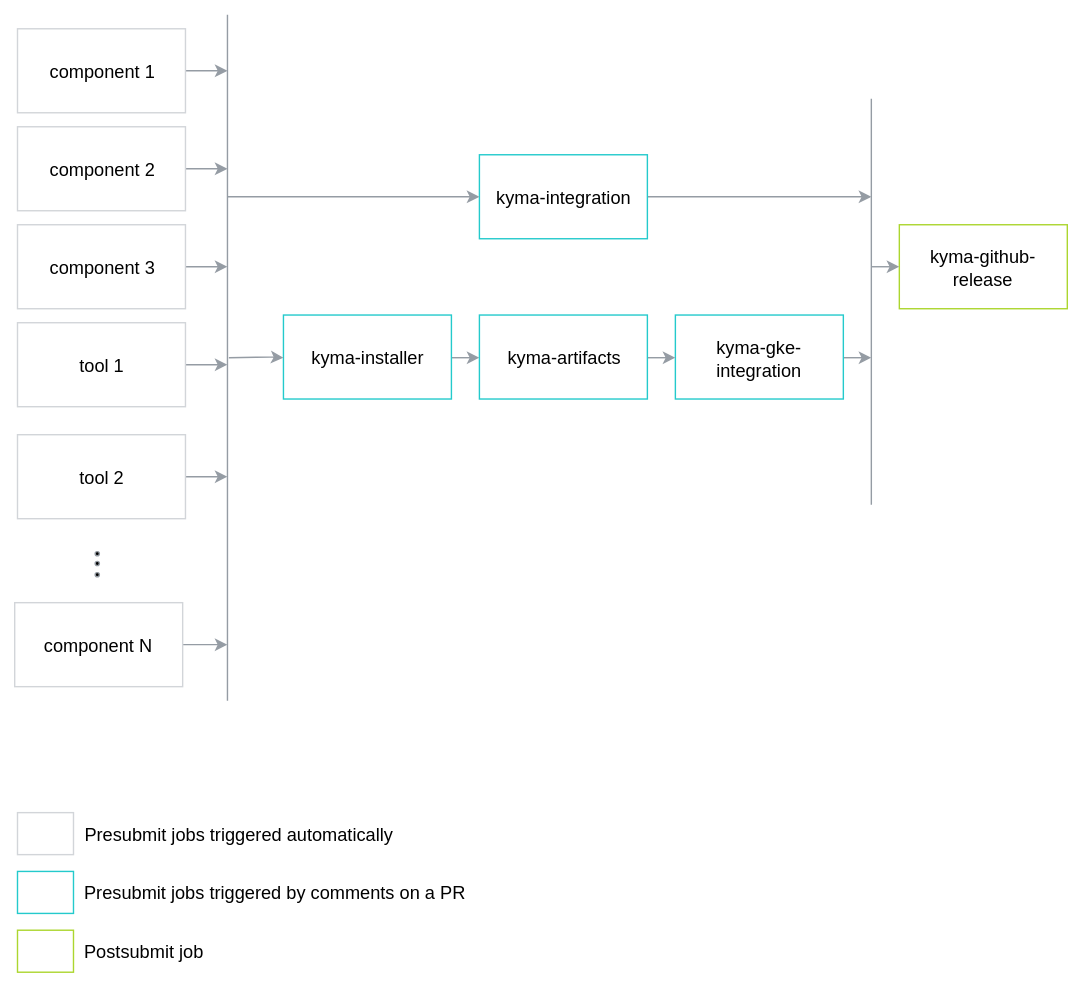
kyma-project/test-infra keeps this draw.io diagram as docs/prow/assets/kyma-rel-jobs.svg. Above is the earlier version. Source tidied: cells renumbered, new cells last; positions are measured from the earlier drawing's top-left corner, leaving out a move shared by most shapes. The source it was exported from:
```xml
<mxGraphModel>
  <root>
    <mxCell id="0" />
    <mxCell id="1" parent="0" />
    <mxCell id="2" style="edgeStyle=orthogonalEdgeStyle;rounded=0;html=1;exitX=1;exitY=0.5;jettySize=auto;strokeColor=#959CA4;" parent="1" edge="1" source="3">
      <mxGeometry relative="1" as="geometry">
        <mxPoint x="152" y="40" as="targetPoint" />
      </mxGeometry>
    </mxCell>
    <mxCell id="3" value="component 1" style="rounded=0;whiteSpace=wrap;html=1;strokeColor=#D2D5D9;fontSize=13;" parent="1" vertex="1">
      <mxGeometry x="2" y="10" width="120" height="60" as="geometry" />
    </mxCell>
    <mxCell id="4" style="edgeStyle=orthogonalEdgeStyle;rounded=0;html=1;exitX=1;exitY=0.5;jettySize=auto;strokeColor=#959CA4;" parent="1" edge="1" source="5">
      <mxGeometry relative="1" as="geometry">
        <mxPoint x="152" y="110" as="targetPoint" />
      </mxGeometry>
    </mxCell>
    <mxCell id="5" value="component 2" style="rounded=0;whiteSpace=wrap;html=1;strokeColor=#D2D5D9;fontSize=13;" parent="1" vertex="1">
      <mxGeometry x="2" y="80" width="120" height="60" as="geometry" />
    </mxCell>
    <mxCell id="6" style="edgeStyle=orthogonalEdgeStyle;rounded=0;html=1;exitX=1;exitY=0.5;jettySize=auto;strokeColor=#959CA4;" parent="1" edge="1" source="7">
      <mxGeometry relative="1" as="geometry">
        <mxPoint x="152" y="180" as="targetPoint" />
      </mxGeometry>
    </mxCell>
    <mxCell id="7" value="component 3" style="rounded=0;whiteSpace=wrap;html=1;strokeColor=#D2D5D9;fontSize=13;" parent="1" vertex="1">
      <mxGeometry x="2" y="150" width="120" height="60" as="geometry" />
    </mxCell>
    <mxCell id="8" style="edgeStyle=orthogonalEdgeStyle;rounded=0;html=1;exitX=1;exitY=0.5;jettySize=auto;strokeColor=#959CA4;" parent="1" edge="1" source="9">
      <mxGeometry relative="1" as="geometry">
        <mxPoint x="152" y="250" as="targetPoint" />
      </mxGeometry>
    </mxCell>
    <mxCell id="9" value="tool 1" style="rounded=0;whiteSpace=wrap;html=1;strokeColor=#D2D5D9;fontSize=13;" parent="1" vertex="1">
      <mxGeometry x="2" y="220" width="120" height="60" as="geometry" />
    </mxCell>
    <mxCell id="10" style="edgeStyle=orthogonalEdgeStyle;rounded=0;html=1;exitX=1;exitY=0.5;jettySize=auto;strokeColor=#959CA4;" parent="1" edge="1" source="11">
      <mxGeometry relative="1" as="geometry">
        <mxPoint x="152" y="330" as="targetPoint" />
      </mxGeometry>
    </mxCell>
    <mxCell id="11" value="tool 2" style="rounded=0;whiteSpace=wrap;html=1;strokeColor=#D2D5D9;fontSize=13;" parent="1" vertex="1">
      <mxGeometry x="2" y="300" width="120" height="60" as="geometry" />
    </mxCell>
    <mxCell id="12" style="edgeStyle=orthogonalEdgeStyle;rounded=0;html=1;exitX=1;exitY=0.5;jettySize=auto;strokeColor=#959CA4;" parent="1" edge="1" source="13">
      <mxGeometry relative="1" as="geometry">
        <mxPoint x="612" y="130" as="targetPoint" />
      </mxGeometry>
    </mxCell>
    <mxCell id="13" value="kyma-integration" style="rounded=0;whiteSpace=wrap;html=1;strokeColor=#24CACC;fontSize=13;" parent="1" vertex="1">
      <mxGeometry x="332" y="100" width="120" height="60" as="geometry" />
    </mxCell>
    <mxCell id="14" style="edgeStyle=orthogonalEdgeStyle;rounded=0;html=1;exitX=1;exitY=0.5;jettySize=auto;strokeColor=#959CA4;" parent="1" edge="1" source="15">
      <mxGeometry relative="1" as="geometry">
        <mxPoint x="612.3" y="244.6" as="targetPoint" />
      </mxGeometry>
    </mxCell>
    <mxCell id="15" value="kyma-gke-integration" style="rounded=0;whiteSpace=wrap;html=1;strokeColor=#24CACC;fontSize=13;" parent="1" vertex="1">
      <mxGeometry x="472" y="214.5" width="120" height="60" as="geometry" />
    </mxCell>
    <mxCell id="16" style="edgeStyle=orthogonalEdgeStyle;rounded=0;html=1;exitX=1;exitY=0.5;entryX=0;entryY=0.5;jettySize=auto;strokeColor=#959CA4;" parent="1" edge="1" source="17" target="19">
      <mxGeometry relative="1" as="geometry" />
    </mxCell>
    <mxCell id="17" value="kyma-installer" style="rounded=0;whiteSpace=wrap;html=1;strokeColor=#24CACC;fontSize=13;" parent="1" vertex="1">
      <mxGeometry x="192" y="214.5" width="120" height="60" as="geometry" />
    </mxCell>
    <mxCell id="18" style="edgeStyle=orthogonalEdgeStyle;rounded=0;html=1;exitX=1;exitY=0.5;entryX=0;entryY=0.5;jettySize=auto;strokeColor=#959CA4;" parent="1" edge="1" source="19" target="15">
      <mxGeometry relative="1" as="geometry" />
    </mxCell>
    <mxCell id="19" value="kyma-artifacts" style="rounded=0;whiteSpace=wrap;html=1;strokeColor=#24CACC;fontSize=13;" parent="1" vertex="1">
      <mxGeometry x="332" y="214.5" width="120" height="60" as="geometry" />
    </mxCell>
    <mxCell id="20" style="edgeStyle=orthogonalEdgeStyle;rounded=0;html=1;exitX=1;exitY=0.5;jettySize=auto;strokeColor=#959CA4;" parent="1" edge="1" source="21">
      <mxGeometry relative="1" as="geometry">
        <mxPoint x="152" y="450" as="targetPoint" />
      </mxGeometry>
    </mxCell>
    <mxCell id="21" value="component N" style="rounded=0;whiteSpace=wrap;html=1;strokeColor=#D2D5D9;fontSize=13;" parent="1" vertex="1">
      <mxGeometry y="420" width="120" height="60" as="geometry" />
    </mxCell>
    <mxCell id="22" style="ellipse;whiteSpace=wrap;html=1;fillColor=#000000;strokeColor=#959CA4;" parent="1" vertex="1">
      <mxGeometry x="57" y="383" width="3" height="3" as="geometry" />
    </mxCell>
    <mxCell id="23" style="ellipse;whiteSpace=wrap;html=1;fillColor=#000000;strokeColor=#959CA4;" parent="1" vertex="1">
      <mxGeometry x="57" y="390" width="3" height="3" as="geometry" />
    </mxCell>
    <mxCell id="24" style="ellipse;whiteSpace=wrap;html=1;fillColor=#000000;strokeColor=#959CA4;" parent="1" vertex="1">
      <mxGeometry x="57" y="398" width="3" height="3" as="geometry" />
    </mxCell>
    <mxCell id="25" value="&lt;span style=&quot;font-size: 13px;&quot;&gt;kyma-github-release&lt;/span&gt;" style="rounded=0;whiteSpace=wrap;html=1;strokeColor=#ACD62F;fontSize=13;" parent="1" vertex="1">
      <mxGeometry x="632" y="150" width="120" height="60" as="geometry" />
    </mxCell>
    <mxCell id="26" style="rounded=0;whiteSpace=wrap;html=1;strokeColor=#D2D5D9;" parent="1" vertex="1">
      <mxGeometry x="2" y="570" width="40" height="30" as="geometry" />
    </mxCell>
    <mxCell id="27" style="rounded=0;whiteSpace=wrap;html=1;strokeColor=#24CACC;" parent="1" vertex="1">
      <mxGeometry x="2" y="612" width="40" height="30" as="geometry" />
    </mxCell>
    <mxCell id="28" style="rounded=0;whiteSpace=wrap;html=1;strokeColor=#ACD62F;" parent="1" vertex="1">
      <mxGeometry x="2" y="654" width="40" height="30" as="geometry" />
    </mxCell>
    <mxCell id="29" value="Presubmit jobs triggered automatically" style="text;html=1;strokeColor=none;fillColor=none;align=center;verticalAlign=middle;whiteSpace=wrap;rounded=0;fontSize=13;" parent="1" vertex="1">
      <mxGeometry x="47.5" y="578" width="225" height="15" as="geometry" />
    </mxCell>
    <mxCell id="30" value="Presubmit jobs triggered by comments on a PR" style="text;html=1;align=left;verticalAlign=top;spacingTop=-4;fontSize=13;" parent="1" vertex="1">
      <mxGeometry x="47.5" y="617" width="270" height="20" as="geometry" />
    </mxCell>
    <mxCell id="31" value="Postsubmit job" style="text;html=1;align=left;verticalAlign=top;spacingTop=-4;fontSize=13;" parent="1" vertex="1">
      <mxGeometry x="47.5" y="659" width="90" height="20" as="geometry" />
    </mxCell>
    <mxCell id="32" style="endArrow=none;html=1;strokeColor=#959CA4;" parent="1" edge="1">
      <mxGeometry relative="1" as="geometry">
        <mxPoint x="152" y="490" as="sourcePoint" />
        <mxPoint x="152" as="targetPoint" />
      </mxGeometry>
    </mxCell>
    <mxCell id="33" style="endArrow=classic;html=1;entryX=0;entryY=0.5;strokeColor=#959CA4;" parent="1" edge="1" target="13">
      <mxGeometry relative="1" as="geometry">
        <mxPoint x="152" y="130" as="sourcePoint" />
        <Array as="points">
          <mxPoint x="172" y="130" />
        </Array>
      </mxGeometry>
    </mxCell>
    <mxCell id="34" style="endArrow=classic;html=1;entryX=0;entryY=0.5;strokeColor=#959CA4;" parent="1" edge="1" target="17">
      <mxGeometry relative="1" as="geometry">
        <mxPoint x="153" y="245" as="sourcePoint" />
        <Array as="points">
          <mxPoint x="182.5" y="244.5" />
        </Array>
      </mxGeometry>
    </mxCell>
    <mxCell id="35" style="endArrow=none;html=1;strokeColor=#959CA4;" parent="1" edge="1">
      <mxGeometry relative="1" as="geometry">
        <mxPoint x="612" y="350" as="sourcePoint" />
        <mxPoint x="612" y="60" as="targetPoint" />
      </mxGeometry>
    </mxCell>
    <mxCell id="36" style="endArrow=classic;html=1;strokeColor=#959CA4;" parent="1" edge="1">
      <mxGeometry relative="1" as="geometry">
        <mxPoint x="612" y="180" as="sourcePoint" />
        <mxPoint x="632" y="180" as="targetPoint" />
      </mxGeometry>
    </mxCell>
  </root>
</mxGraphModel>
```
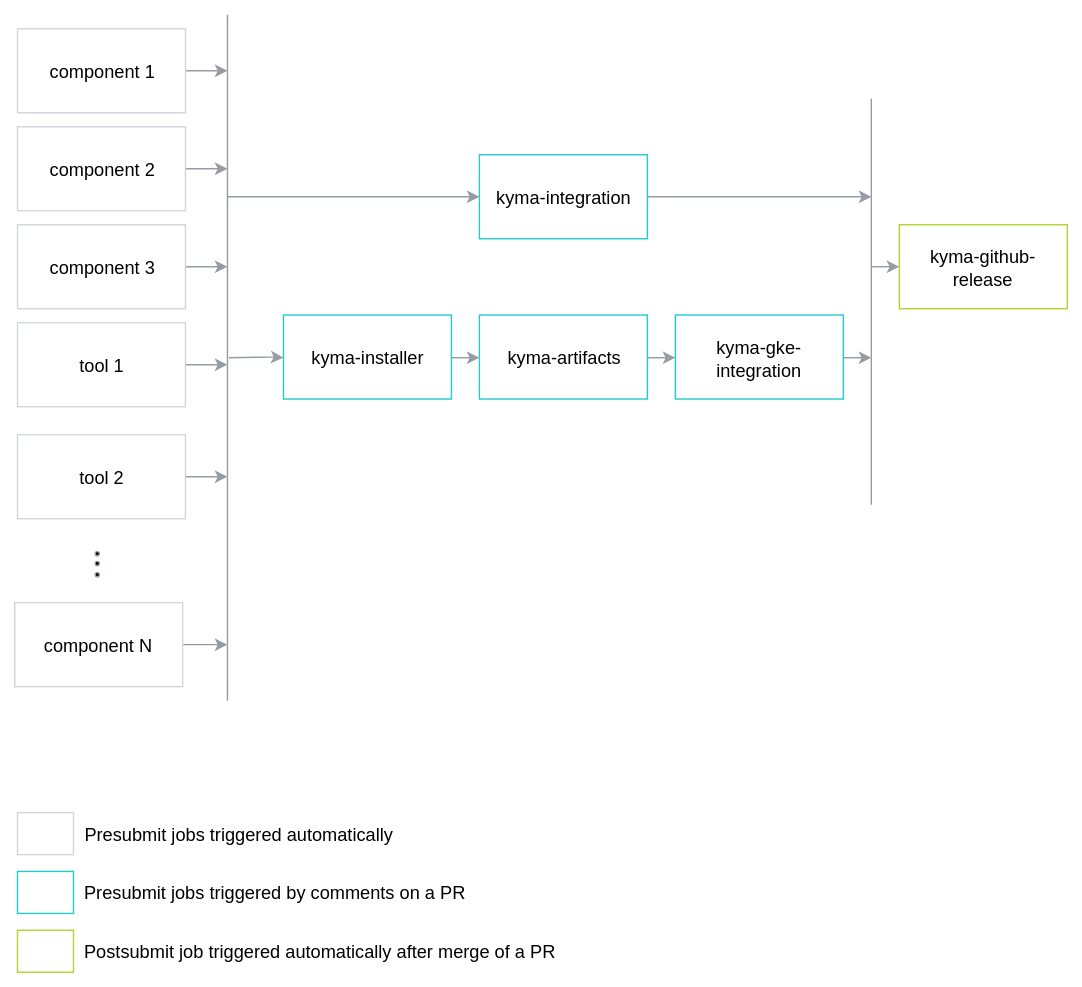
Later version of the same file.

Commit message:
fix after first review

Change to the diagram source:
```diff
@@ -105,8 +105,8 @@
     <mxCell id="30" value="Presubmit jobs triggered by comments on a PR" style="text;html=1;align=left;verticalAlign=top;spacingTop=-4;fontSize=13;" parent="1" vertex="1">
       <mxGeometry x="47.5" y="617" width="270" height="20" as="geometry" />
     </mxCell>
-    <mxCell id="31" value="Postsubmit job" style="text;html=1;align=left;verticalAlign=top;spacingTop=-4;fontSize=13;" parent="1" vertex="1">
-      <mxGeometry x="47.5" y="659" width="90" height="20" as="geometry" />
+    <mxCell id="31" value="Postsubmit job triggered automatically after merge of a PR" style="text;html=1;align=left;verticalAlign=top;spacingTop=-4;fontSize=13;" parent="1" vertex="1">
+      <mxGeometry x="47.5" y="659" width="350" height="20" as="geometry" />
     </mxCell>
     <mxCell id="32" style="endArrow=none;html=1;strokeColor=#959CA4;" parent="1" edge="1">
       <mxGeometry relative="1" as="geometry">
```
